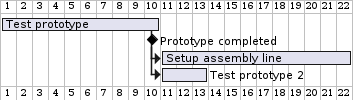
Earlier version of the PlantUML export images/gantt-protoype.png (2425-3ahif-syp/01-lab-projektantrag-shotgun007).
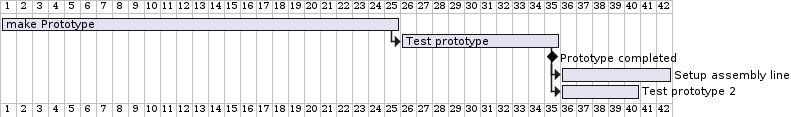
Above is the later version.

Diff of the diagram source:
```diff
@@ -1,8 +1,10 @@
 @startgantt
+[make Prototype] lasts 25 days
 [Test prototype] lasts 10 days
+[Test prototype] starts at [make Prototype]'s end
 [Prototype completed] happens at [Test prototype]'s end
-[Setup assembly line] lasts 12 days
+[Setup assembly line] lasts 7 days
 [Setup assembly line] starts at [Test prototype]'s end
-[Test prototype 2] lasts 3 days
+[Test prototype 2] lasts 5 days
 [Test prototype 2] starts at [Prototype completed]'s end
 @endgantt
```
